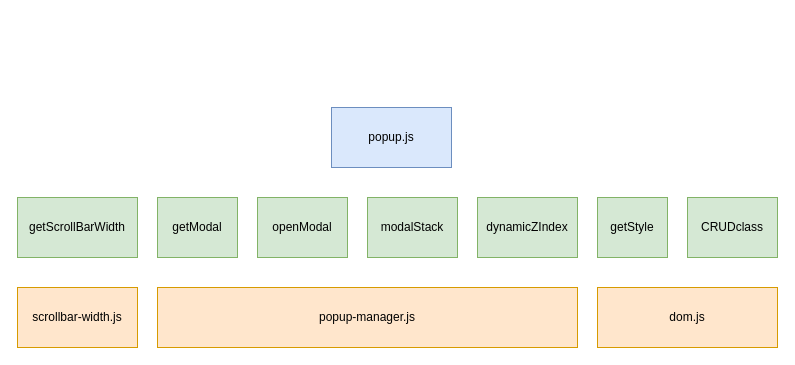
Above: Untitled Diagram.drawio in ZzoMin/webpack-multi-entry (draw.io), before the change. Source tidied: cells renumbered, new cells numbered last; positions are measured from the earlier drawing's top-left corner, leaving out a move shared by most shapes. Both pictures are drawn from the tidied source at 100%, with x=0, y=0 at pixel (17, 107).
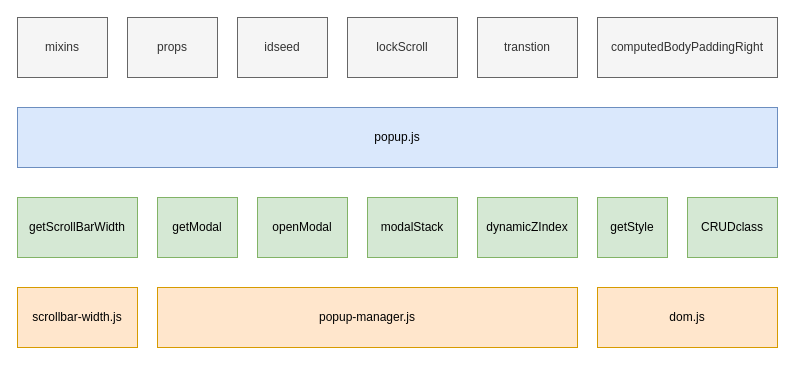
The same diagram, later.

What changed in the source:
```diff
@@
 <mxGraphModel>
   <root>
     <mxCell id="0" />
     <mxCell id="1" parent="0" />
     <mxCell id="2" value="popup.js" style="rounded=0;whiteSpace=wrap;html=1;fillColor=#dae8fc;strokeColor=#6c8ebf;" parent="1" vertex="1">
-      <mxGeometry x="314" width="120" height="60" as="geometry" />
+      <mxGeometry width="760" height="60" as="geometry" />
     </mxCell>
     <mxCell id="3" value="popup-manager.js" style="rounded=0;whiteSpace=wrap;html=1;fillColor=#ffe6cc;strokeColor=#d79b00;" parent="1" vertex="1">
       <mxGeometry x="140" y="180" width="420" height="60" as="geometry" />
     </mxCell>
     <mxCell id="4" value="dom.js&lt;br&gt;" style="rounded=0;whiteSpace=wrap;html=1;fillColor=#ffe6cc;strokeColor=#d79b00;" parent="1" vertex="1">
       <mxGeometry x="580" y="180" width="180" height="60" as="geometry" />
     </mxCell>
     <mxCell id="5" value="scrollbar-width.js" style="rounded=0;whiteSpace=wrap;html=1;fillColor=#ffe6cc;strokeColor=#d79b00;" parent="1" vertex="1">
       <mxGeometry y="180" width="120" height="60" as="geometry" />
     </mxCell>
     <mxCell id="6" value="getScrollBarWidth" style="rounded=0;whiteSpace=wrap;html=1;fillColor=#d5e8d4;strokeColor=#82b366;" parent="1" vertex="1">
       <mxGeometry y="90" width="120" height="60" as="geometry" />
     </mxCell>
     <mxCell id="7" value="getModal" style="rounded=0;whiteSpace=wrap;html=1;fillColor=#d5e8d4;strokeColor=#82b366;" parent="1" vertex="1">
       <mxGeometry x="140" y="90" width="80" height="60" as="geometry" />
     </mxCell>
     <mxCell id="8" value="openModal" style="rounded=0;whiteSpace=wrap;html=1;fillColor=#d5e8d4;strokeColor=#82b366;" parent="1" vertex="1">
       <mxGeometry x="240" y="90" width="90" height="60" as="geometry" />
     </mxCell>
     <mxCell id="9" value="getStyle&lt;br&gt;" style="rounded=0;whiteSpace=wrap;html=1;fillColor=#d5e8d4;strokeColor=#82b366;" parent="1" vertex="1">
       <mxGeometry x="580" y="90" width="70" height="60" as="geometry" />
     </mxCell>
     <mxCell id="10" value="CRUDclass" style="rounded=0;whiteSpace=wrap;html=1;fillColor=#d5e8d4;strokeColor=#82b366;" parent="1" vertex="1">
       <mxGeometry x="670" y="90" width="90" height="60" as="geometry" />
     </mxCell>
     <mxCell id="11" value="modalStack" style="rounded=0;whiteSpace=wrap;html=1;fillColor=#d5e8d4;strokeColor=#82b366;" parent="1" vertex="1">
       <mxGeometry x="350" y="90" width="90" height="60" as="geometry" />
     </mxCell>
     <mxCell id="12" value="dynamicZIndex" style="rounded=0;whiteSpace=wrap;html=1;fillColor=#d5e8d4;strokeColor=#82b366;" parent="1" vertex="1">
       <mxGeometry x="460" y="90" width="100" height="60" as="geometry" />
     </mxCell>
+    <mxCell id="13" value="mixins" style="rounded=0;whiteSpace=wrap;html=1;fillColor=#f5f5f5;strokeColor=#666666;fontColor=#333333;" parent="1" vertex="1">
+      <mxGeometry y="-90" width="90" height="60" as="geometry" />
+    </mxCell>
+    <mxCell id="14" value="props" style="rounded=0;whiteSpace=wrap;html=1;fillColor=#f5f5f5;strokeColor=#666666;fontColor=#333333;" parent="1" vertex="1">
+      <mxGeometry x="110" y="-90" width="90" height="60" as="geometry" />
+    </mxCell>
+    <mxCell id="15" value="idseed" style="rounded=0;whiteSpace=wrap;html=1;fillColor=#f5f5f5;strokeColor=#666666;fontColor=#333333;" parent="1" vertex="1">
+      <mxGeometry x="220" y="-90" width="90" height="60" as="geometry" />
+    </mxCell>
+    <mxCell id="16" value="lockScroll" style="rounded=0;whiteSpace=wrap;html=1;fillColor=#f5f5f5;strokeColor=#666666;fontColor=#333333;" parent="1" vertex="1">
+      <mxGeometry x="330" y="-90" width="110" height="60" as="geometry" />
+    </mxCell>
+    <mxCell id="17" value="transtion" style="rounded=0;whiteSpace=wrap;html=1;fillColor=#f5f5f5;strokeColor=#666666;fontColor=#333333;" parent="1" vertex="1">
+      <mxGeometry x="460" y="-90" width="100" height="60" as="geometry" />
+    </mxCell>
+    <mxCell id="18" value="computedBodyPaddingRight&lt;br&gt;" style="rounded=0;whiteSpace=wrap;html=1;fillColor=#f5f5f5;strokeColor=#666666;fontColor=#333333;" parent="1" vertex="1">
+      <mxGeometry x="580" y="-90" width="180" height="60" as="geometry" />
+    </mxCell>
   </root>
 </mxGraphModel>
```
